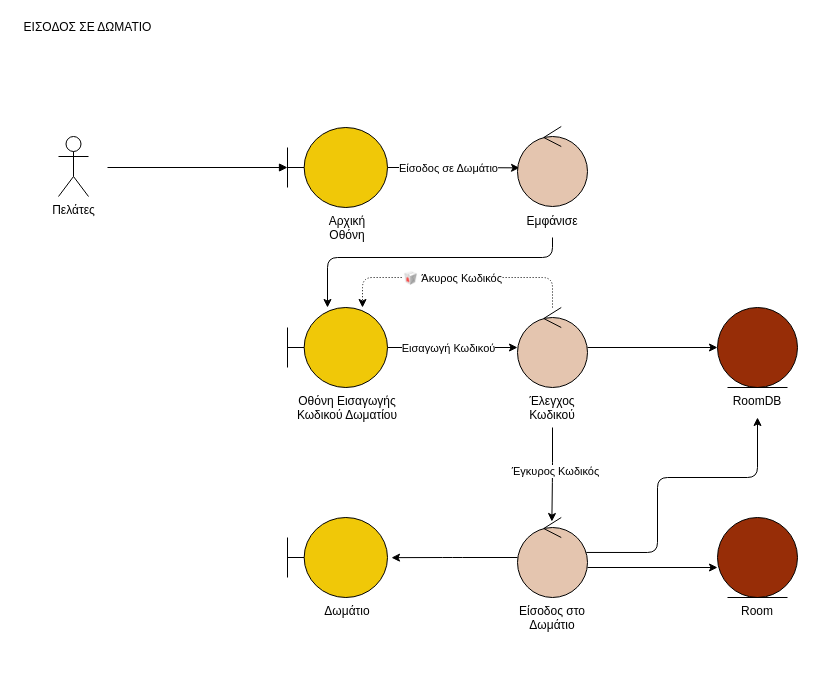
Above: docs/contributions/iloudaros/Diagrams/Roubstness Diagrams/Customer/Join Room/Join Room Robustness.drawio in iloudaros/nomnomr (draw.io), before the change. Source tidied: cells renumbered, new cells numbered last; positions are measured from the earlier drawing's top-left corner, leaving out a move shared by most shapes. Both pictures are drawn from the tidied source at 100%, with x=0, y=0 at pixel (17, 17).
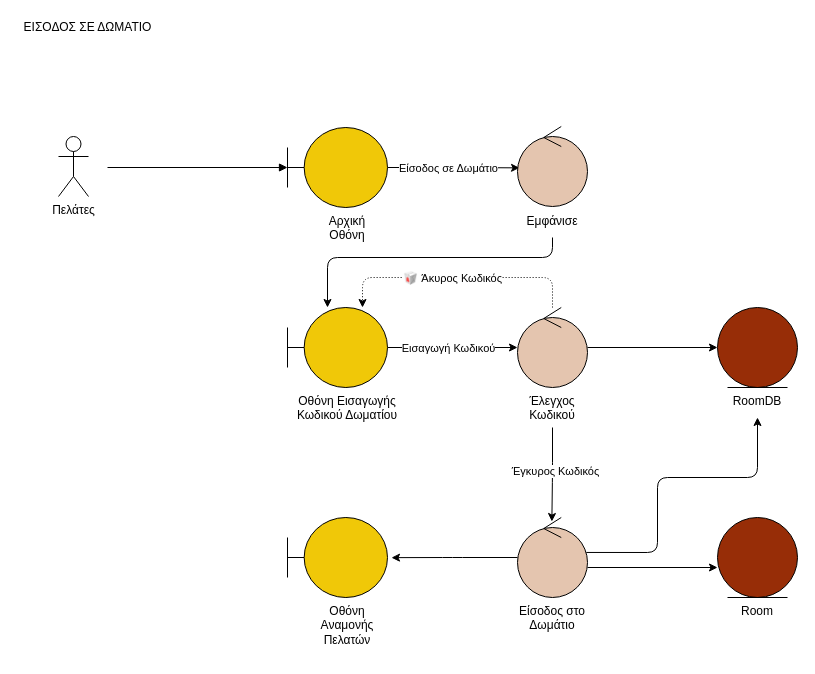
The same page after the edit.

What changed in the source:
```diff
@@
-    <mxCell id="17" value="&lt;span style=&quot;font-family: helvetica; font-size: 12px; font-style: normal; font-weight: 400; letter-spacing: normal; text-indent: 0px; text-transform: none; word-spacing: 0px; display: inline; float: none;&quot;&gt;Δωμάτιο&lt;/span&gt;" style="text;whiteSpace=wrap;html=1;align=center;labelBackgroundColor=none;fontColor=default;" parent="1" vertex="1">
-      <mxGeometry x="295" y="580" width="70" height="30" as="geometry" />
+    <mxCell id="17" value="&lt;font face=&quot;helvetica&quot;&gt;Οθόνη Αναμονής Πελατών&lt;/font&gt;" style="text;whiteSpace=wrap;html=1;align=center;labelBackgroundColor=none;fontColor=default;" parent="1" vertex="1">
+      <mxGeometry x="295" y="580" width="70" height="60" as="geometry" />
     </mxCell>
```
